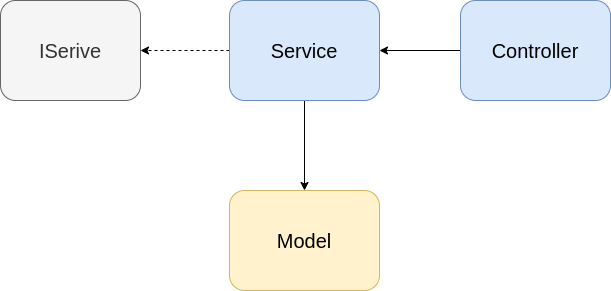
Above: Documents/asp-mvc-uml.png in SzilvasiPeter/ASPNET-MVC-Webapplication (draw.io), before the change. Source tidied: cells renumbered, new cells last; positions are measured from the earlier drawing's top-left corner, leaving out a move shared by most shapes. Its diagram source:
```xml
<mxGraphModel>
  <root>
    <mxCell id="0" />
    <mxCell id="1" parent="0" />
    <mxCell id="2" value="&lt;font style=&quot;font-size: 20px&quot;&gt;ISerive&lt;/font&gt;" style="rounded=1;whiteSpace=wrap;html=1;fillColor=#f5f5f5;strokeColor=#666666;fontColor=#333333;" parent="1" vertex="1">
      <mxGeometry width="140" height="100" as="geometry" />
    </mxCell>
    <mxCell id="3" style="edgeStyle=orthogonalEdgeStyle;rounded=0;jettySize=auto;html=1;dashed=1;" parent="1" edge="1" source="5" target="2">
      <mxGeometry relative="1" as="geometry" />
    </mxCell>
    <mxCell id="4" style="edgeStyle=orthogonalEdgeStyle;rounded=0;jettySize=auto;html=1;exitX=0.5;exitY=1;exitDx=0;exitDy=0;entryX=0.5;entryY=0;entryDx=0;entryDy=0;" parent="1" edge="1" source="5" target="6">
      <mxGeometry relative="1" as="geometry" />
    </mxCell>
    <mxCell id="5" value="&lt;font style=&quot;font-size: 20px&quot;&gt;Service&lt;/font&gt;" style="rounded=1;whiteSpace=wrap;html=1;fillColor=#dae8fc;strokeColor=#6c8ebf;" parent="1" vertex="1">
      <mxGeometry x="229" width="150" height="100" as="geometry" />
    </mxCell>
    <mxCell id="6" value="&lt;font style=&quot;font-size: 20px&quot;&gt;Model&lt;/font&gt;" style="rounded=1;whiteSpace=wrap;html=1;fillColor=#fff2cc;strokeColor=#d6b656;" parent="1" vertex="1">
      <mxGeometry x="229" y="190" width="150" height="100" as="geometry" />
    </mxCell>
    <mxCell id="7" style="edgeStyle=orthogonalEdgeStyle;rounded=0;jettySize=auto;html=1;exitX=0;exitY=0.5;exitDx=0;exitDy=0;entryX=1;entryY=0.5;entryDx=0;entryDy=0;" parent="1" edge="1" source="8" target="5">
      <mxGeometry relative="1" as="geometry" />
    </mxCell>
    <mxCell id="8" value="&lt;font style=&quot;font-size: 20px&quot;&gt;Controller&lt;/font&gt;" style="rounded=1;whiteSpace=wrap;html=1;fillColor=#dae8fc;strokeColor=#6c8ebf;" parent="1" vertex="1">
      <mxGeometry x="460" width="150" height="100" as="geometry" />
    </mxCell>
  </root>
</mxGraphModel>
```
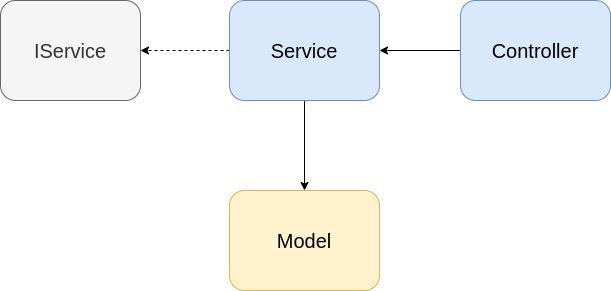
After the change.

Diff of the diagram source:
```diff
@@ -2,7 +2,7 @@
   <root>
     <mxCell id="0" />
     <mxCell id="1" parent="0" />
-    <mxCell id="2" value="&lt;font style=&quot;font-size: 20px&quot;&gt;ISerive&lt;/font&gt;" style="rounded=1;whiteSpace=wrap;html=1;fillColor=#f5f5f5;strokeColor=#666666;fontColor=#333333;" parent="1" vertex="1">
+    <mxCell id="2" value="&lt;font style=&quot;font-size: 20px&quot;&gt;IService&lt;/font&gt;" style="rounded=1;whiteSpace=wrap;html=1;fillColor=#f5f5f5;strokeColor=#666666;fontColor=#333333;" parent="1" vertex="1">
       <mxGeometry width="140" height="100" as="geometry" />
     </mxCell>
     <mxCell id="3" style="edgeStyle=orthogonalEdgeStyle;rounded=0;jettySize=auto;html=1;dashed=1;" parent="1" edge="1" source="5" target="2">
```
